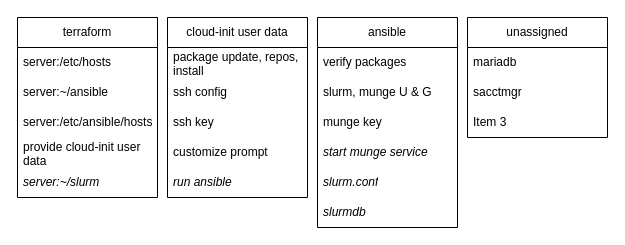
Above: page "provisioning & config" (2 of 2) of diagrams/vslurm.drawio in UCL-ARC/terraform-aws-vslurm (draw.io), before the change. Source tidied: cells renumbered, new cells numbered last; positions are measured from the earlier drawing's top-left corner, leaving out a move shared by most shapes. Both pictures are drawn from the tidied source at 100%, with x=0, y=0 at pixel (17, 17).
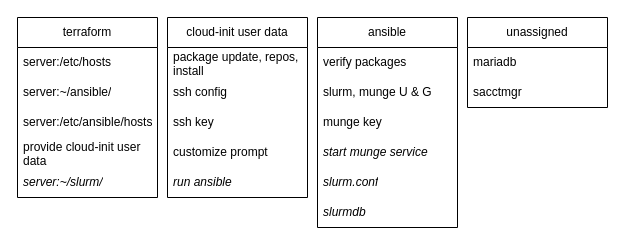
The same page after the edit.

The change refers to these unchanged cells:
```xml
<mxCell id="2" value="terraform" style="swimlane;fontStyle=0;horizontal=1;startSize=30;whiteSpace=wrap;html=1;" parent="1" vertex="1">
  <mxGeometry width="140" height="180" as="geometry" />
</mxCell>
```

What changed in the source:
```diff
@@
-    <mxCell id="4" value="server:~/ansible" style="text;strokeColor=none;fillColor=none;align=left;verticalAlign=middle;spacingLeft=4;spacingRight=4;overflow=hidden;whiteSpace=wrap;html=1;" parent="2" vertex="1">
+    <mxCell id="4" value="server:~/ansible/" style="text;strokeColor=none;fillColor=none;align=left;verticalAlign=middle;spacingLeft=4;spacingRight=4;overflow=hidden;whiteSpace=wrap;html=1;" parent="2" vertex="1">
       <mxGeometry y="60" width="140" height="30" as="geometry" />
     </mxCell>
@@
-    <mxCell id="7" value="&lt;i&gt;server:~/slurm&lt;/i&gt;" style="text;strokeColor=none;fillColor=none;align=left;verticalAlign=middle;spacingLeft=4;spacingRight=4;overflow=hidden;whiteSpace=wrap;html=1;" parent="2" vertex="1">
+    <mxCell id="7" value="&lt;i&gt;server:~/slurm/&lt;/i&gt;" style="text;strokeColor=none;fillColor=none;align=left;verticalAlign=middle;spacingLeft=4;spacingRight=4;overflow=hidden;whiteSpace=wrap;html=1;" parent="2" vertex="1">
       <mxGeometry y="150" width="140" height="30" as="geometry" />
     </mxCell>
@@
     <mxCell id="21" value="unassigned" style="swimlane;fontStyle=0;horizontal=1;startSize=30;whiteSpace=wrap;html=1;" parent="1" vertex="1">
-      <mxGeometry x="450" width="140" height="120" as="geometry" />
+      <mxGeometry x="450" width="140" height="90" as="geometry" />
     </mxCell>
@@
-    <mxCell id="24" value="Item 3" style="text;strokeColor=none;fillColor=none;align=left;verticalAlign=middle;spacingLeft=4;spacingRight=4;overflow=hidden;whiteSpace=wrap;html=1;" parent="21" vertex="1">
-      <mxGeometry y="90" width="140" height="30" as="geometry" />
-    </mxCell>
```
